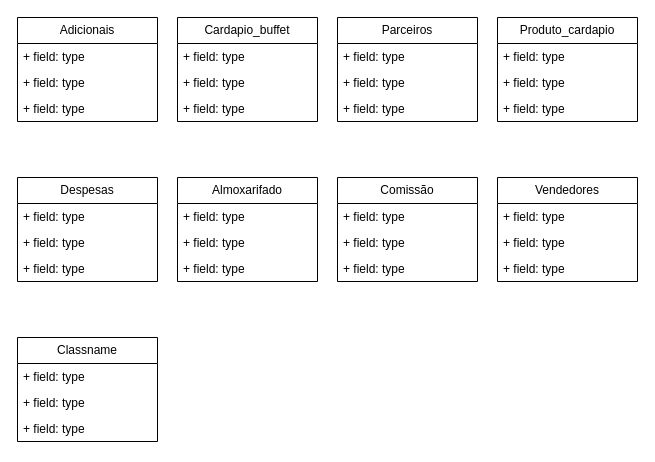
FSOFTSistemas/lago_sao_francisco keeps this draw.io diagram as page "Acrescentar" (6 of 6) of Tabelas.drawio. Above is the earlier version. Source tidied: cells renumbered, new cells numbered last; positions are measured from the earlier drawing's top-left corner, leaving out a move shared by most shapes. Both pictures are drawn from the tidied source at 100%, with x=0, y=0 at pixel (17, 17).
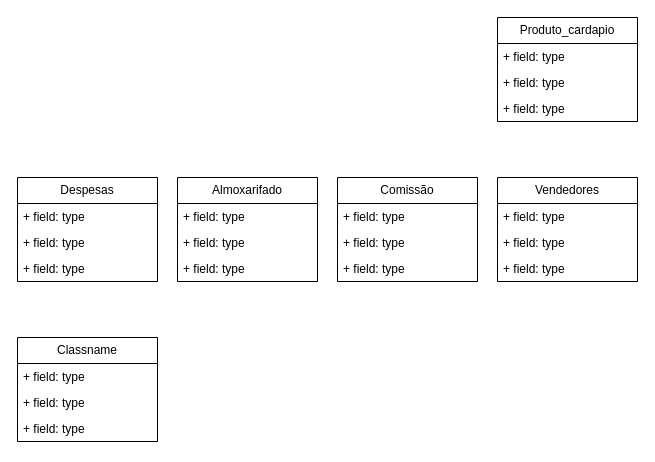
The same page after the edit.

Diff of the diagram source:
```diff
@@
-    <mxCell id="2" value="Adicionais" style="swimlane;fontStyle=0;horizontal=1;startSize=26;fillColor=none;whiteSpace=wrap;html=1;" parent="1" vertex="1">
-      <mxGeometry width="140" height="104" as="geometry" />
-    </mxCell>
-    <mxCell id="3" value="+ field: type" style="text;strokeColor=none;fillColor=none;align=left;verticalAlign=top;spacingLeft=4;spacingRight=4;overflow=hidden;whiteSpace=wrap;html=1;" parent="2" vertex="1">
-      <mxGeometry y="26" width="140" height="26" as="geometry" />
-    </mxCell>
-    <mxCell id="4" value="+ field: type" style="text;strokeColor=none;fillColor=none;align=left;verticalAlign=top;spacingLeft=4;spacingRight=4;overflow=hidden;whiteSpace=wrap;html=1;" parent="2" vertex="1">
-      <mxGeometry y="52" width="140" height="26" as="geometry" />
-    </mxCell>
-    <mxCell id="5" value="+ field: type" style="text;strokeColor=none;fillColor=none;align=left;verticalAlign=top;spacingLeft=4;spacingRight=4;overflow=hidden;whiteSpace=wrap;html=1;" parent="2" vertex="1">
-      <mxGeometry y="78" width="140" height="26" as="geometry" />
-    </mxCell>
-    <mxCell id="6" value="Cardapio_buffet" style="swimlane;fontStyle=0;horizontal=1;startSize=26;fillColor=none;whiteSpace=wrap;html=1;" parent="1" vertex="1">
-      <mxGeometry x="160" width="140" height="104" as="geometry" />
-    </mxCell>
-    <mxCell id="7" value="+ field: type" style="text;strokeColor=none;fillColor=none;align=left;verticalAlign=top;spacingLeft=4;spacingRight=4;overflow=hidden;whiteSpace=wrap;html=1;" parent="6" vertex="1">
-      <mxGeometry y="26" width="140" height="26" as="geometry" />
-    </mxCell>
-    <mxCell id="8" value="+ field: type" style="text;strokeColor=none;fillColor=none;align=left;verticalAlign=top;spacingLeft=4;spacingRight=4;overflow=hidden;whiteSpace=wrap;html=1;" parent="6" vertex="1">
-      <mxGeometry y="52" width="140" height="26" as="geometry" />
-    </mxCell>
-    <mxCell id="9" value="+ field: type" style="text;strokeColor=none;fillColor=none;align=left;verticalAlign=top;spacingLeft=4;spacingRight=4;overflow=hidden;whiteSpace=wrap;html=1;" parent="6" vertex="1">
-      <mxGeometry y="78" width="140" height="26" as="geometry" />
-    </mxCell>
-    <mxCell id="10" value="Parceiros" style="swimlane;fontStyle=0;horizontal=1;startSize=26;fillColor=none;whiteSpace=wrap;html=1;" parent="1" vertex="1">
-      <mxGeometry x="320" width="140" height="104" as="geometry" />
-    </mxCell>
-    <mxCell id="11" value="+ field: type" style="text;strokeColor=none;fillColor=none;align=left;verticalAlign=top;spacingLeft=4;spacingRight=4;overflow=hidden;whiteSpace=wrap;html=1;" parent="10" vertex="1">
-      <mxGeometry y="26" width="140" height="26" as="geometry" />
-    </mxCell>
-    <mxCell id="12" value="+ field: type" style="text;strokeColor=none;fillColor=none;align=left;verticalAlign=top;spacingLeft=4;spacingRight=4;overflow=hidden;whiteSpace=wrap;html=1;" parent="10" vertex="1">
-      <mxGeometry y="52" width="140" height="26" as="geometry" />
-    </mxCell>
-    <mxCell id="13" value="+ field: type" style="text;strokeColor=none;fillColor=none;align=left;verticalAlign=top;spacingLeft=4;spacingRight=4;overflow=hidden;whiteSpace=wrap;html=1;" parent="10" vertex="1">
-      <mxGeometry y="78" width="140" height="26" as="geometry" />
-    </mxCell>
```
